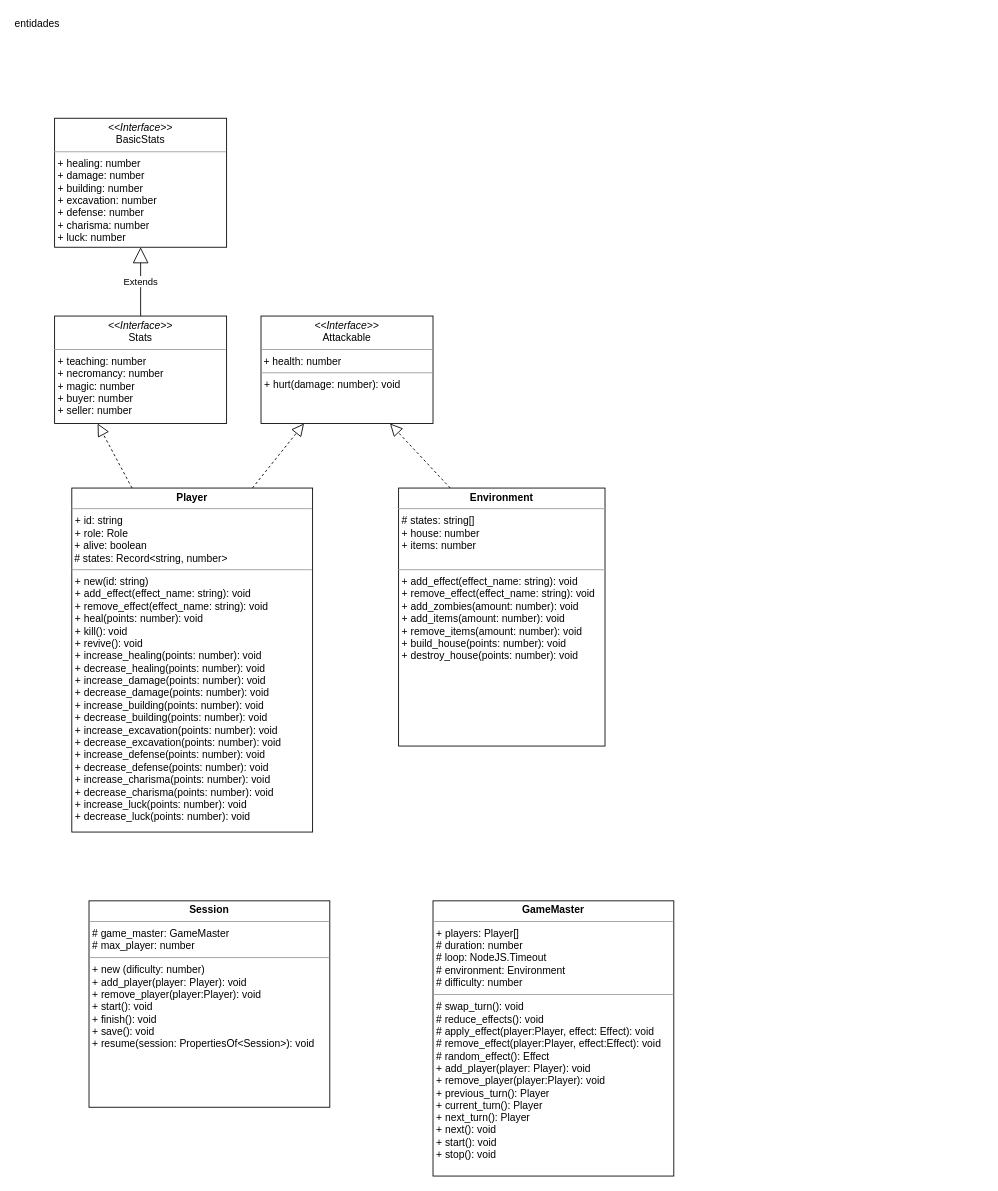
Above: otherworld.drawio in EnzoDiazDev/diagram (draw.io), before the change. Source tidied: cells renumbered, new cells numbered last; positions are measured from the earlier drawing's top-left corner, leaving out a move shared by most shapes. Both pictures are drawn from the tidied source at 86%, with x=0, y=0 at pixel (20, 15).
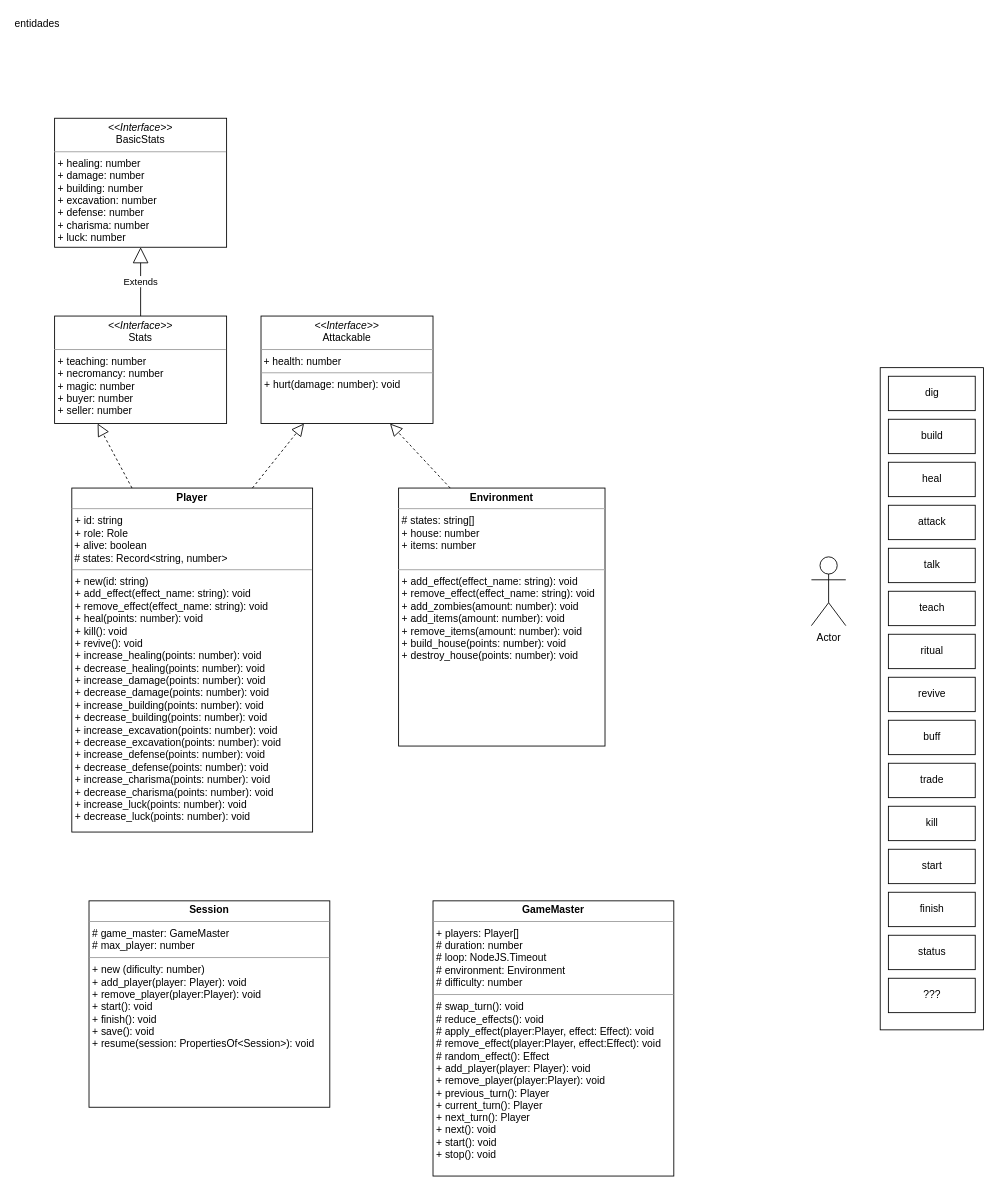
Above is the later version.

What changed in the source:
```diff
@@
+    <mxCell id="15" value="Actor" style="shape=umlActor;verticalLabelPosition=bottom;verticalAlign=top;html=1;" parent="1" vertex="1">
+      <mxGeometry x="920" y="630" width="40" height="80" as="geometry" />
+    </mxCell>
+    <mxCell id="16" style="rounded=0;whiteSpace=wrap;html=1;" parent="1" vertex="1">
+      <mxGeometry x="1000" y="410" width="120" height="770" as="geometry" />
+    </mxCell>
+    <mxCell id="17" value="dig" style="rounded=0;whiteSpace=wrap;html=1;" parent="1" vertex="1">
+      <mxGeometry x="1009.5" y="420" width="101" height="40" as="geometry" />
+    </mxCell>
+    <mxCell id="18" value="build" style="rounded=0;whiteSpace=wrap;html=1;" parent="1" vertex="1">
+      <mxGeometry x="1009.5" y="470" width="101" height="40" as="geometry" />
+    </mxCell>
+    <mxCell id="19" value="heal" style="rounded=0;whiteSpace=wrap;html=1;" parent="1" vertex="1">
+      <mxGeometry x="1009.5" y="520" width="101" height="40" as="geometry" />
+    </mxCell>
+    <mxCell id="20" value="attack" style="rounded=0;whiteSpace=wrap;html=1;" parent="1" vertex="1">
+      <mxGeometry x="1009.5" y="570" width="101" height="40" as="geometry" />
+    </mxCell>
+    <mxCell id="21" value="talk" style="rounded=0;whiteSpace=wrap;html=1;" parent="1" vertex="1">
+      <mxGeometry x="1009.5" y="620" width="101" height="40" as="geometry" />
+    </mxCell>
+    <mxCell id="22" value="teach" style="rounded=0;whiteSpace=wrap;html=1;" parent="1" vertex="1">
+      <mxGeometry x="1009.5" y="670" width="101" height="40" as="geometry" />
+    </mxCell>
+    <mxCell id="23" value="ritual" style="rounded=0;whiteSpace=wrap;html=1;" parent="1" vertex="1">
+      <mxGeometry x="1009.5" y="720" width="101" height="40" as="geometry" />
+    </mxCell>
+    <mxCell id="24" value="revive" style="rounded=0;whiteSpace=wrap;html=1;" parent="1" vertex="1">
+      <mxGeometry x="1009.5" y="770" width="101" height="40" as="geometry" />
+    </mxCell>
+    <mxCell id="25" value="buff" style="rounded=0;whiteSpace=wrap;html=1;" parent="1" vertex="1">
+      <mxGeometry x="1009.5" y="820" width="101" height="40" as="geometry" />
+    </mxCell>
+    <mxCell id="26" value="trade" style="rounded=0;whiteSpace=wrap;html=1;" parent="1" vertex="1">
+      <mxGeometry x="1009.5" y="870" width="101" height="40" as="geometry" />
+    </mxCell>
+    <mxCell id="27" value="kill" style="rounded=0;whiteSpace=wrap;html=1;" parent="1" vertex="1">
+      <mxGeometry x="1009.5" y="920" width="101" height="40" as="geometry" />
+    </mxCell>
+    <mxCell id="28" value="start" style="rounded=0;whiteSpace=wrap;html=1;" parent="1" vertex="1">
+      <mxGeometry x="1009.5" y="970" width="101" height="40" as="geometry" />
+    </mxCell>
+    <mxCell id="29" value="finish" style="rounded=0;whiteSpace=wrap;html=1;" parent="1" vertex="1">
+      <mxGeometry x="1009.5" y="1020" width="101" height="40" as="geometry" />
+    </mxCell>
+    <mxCell id="30" value="status" style="rounded=0;whiteSpace=wrap;html=1;" parent="1" vertex="1">
+      <mxGeometry x="1009.5" y="1070" width="101" height="40" as="geometry" />
+    </mxCell>
+    <mxCell id="31" value="???" style="rounded=0;whiteSpace=wrap;html=1;" parent="1" vertex="1">
+      <mxGeometry x="1009.5" y="1120" width="101" height="40" as="geometry" />
+    </mxCell>
```
